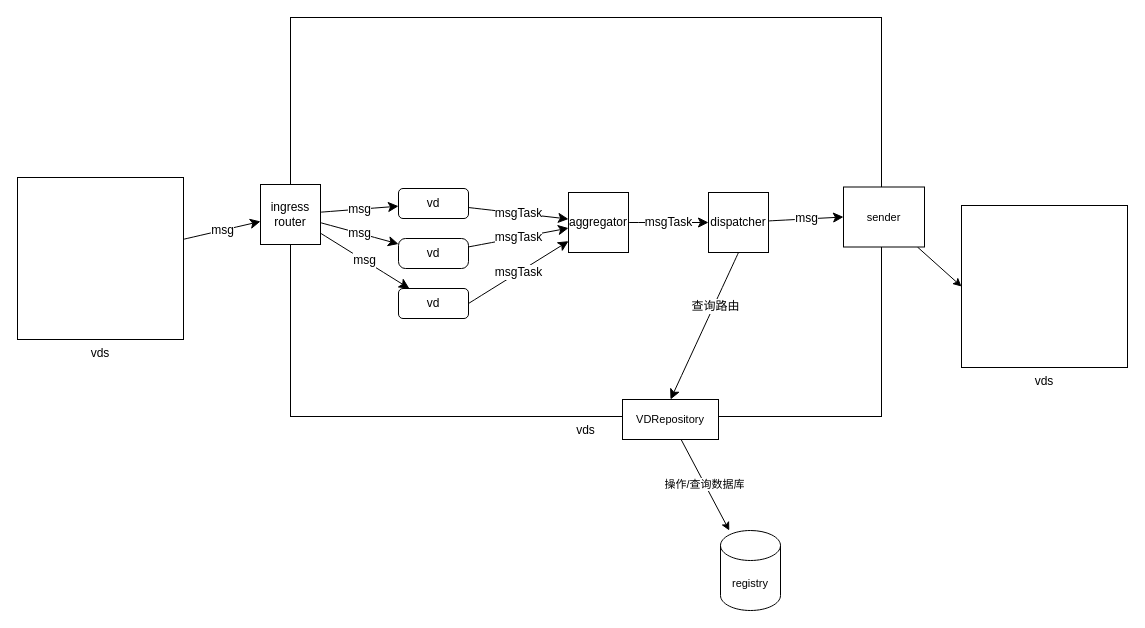
This is page "vds结构" (1 of 4) of vds图示.drawio from AOisUsed/vds, a draw.io file, before an edit. Source tidied: cells renumbered, new cells numbered last; positions are measured from the earlier drawing's top-left corner, leaving out a move shared by most shapes. Both pictures are drawn from the tidied source at 100%, with x=0, y=0 at pixel (17, 17).
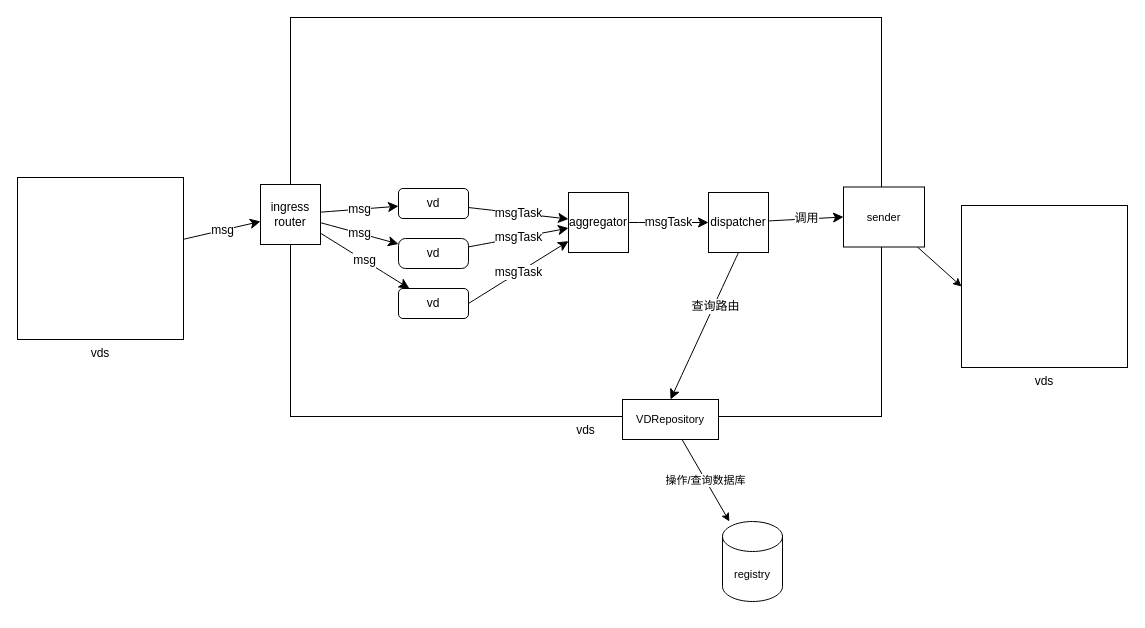
The same diagram, later.

Unchanged cells that the change refers to:
```xml
<mxCell id="18" value="dispatcher" style="rounded=0;whiteSpace=wrap;html=1;" parent="1" vertex="1">
  <mxGeometry x="691" y="175" width="60" height="60" as="geometry" />
</mxCell>
<mxCell id="25" value="sender" style="rounded=0;whiteSpace=wrap;html=1;fontFamily=Helvetica;fontSize=11;fontColor=default;" parent="1" vertex="1">
  <mxGeometry x="826" y="169.5" width="81" height="60" as="geometry" />
</mxCell>
```

Diff of the diagram source:
```diff
@@
-    <mxCell id="17" value="msg" style="edgeStyle=none;curved=1;rounded=0;jettySize=auto;html=1;fontSize=12;startSize=8;endSize=8;entryX=0;entryY=0.5;entryDx=0;entryDy=0;" parent="1" edge="1" source="18" target="25">
+    <mxCell id="17" value="调用" style="edgeStyle=none;curved=1;rounded=0;jettySize=auto;html=1;fontSize=12;startSize=8;endSize=8;entryX=0;entryY=0.5;entryDx=0;entryDy=0;" parent="1" edge="1" source="18" target="25">
       <mxGeometry relative="1" as="geometry" />
     </mxCell>
@@
     <mxCell id="23" value="registry" style="shape=cylinder3;whiteSpace=wrap;html=1;boundedLbl=1;backgroundOutline=1;size=15;fontFamily=Helvetica;fontSize=11;fontColor=default;" parent="1" vertex="1">
-      <mxGeometry x="703" y="513" width="60" height="80" as="geometry" />
+      <mxGeometry x="705" y="504" width="60" height="80" as="geometry" />
     </mxCell>
```
